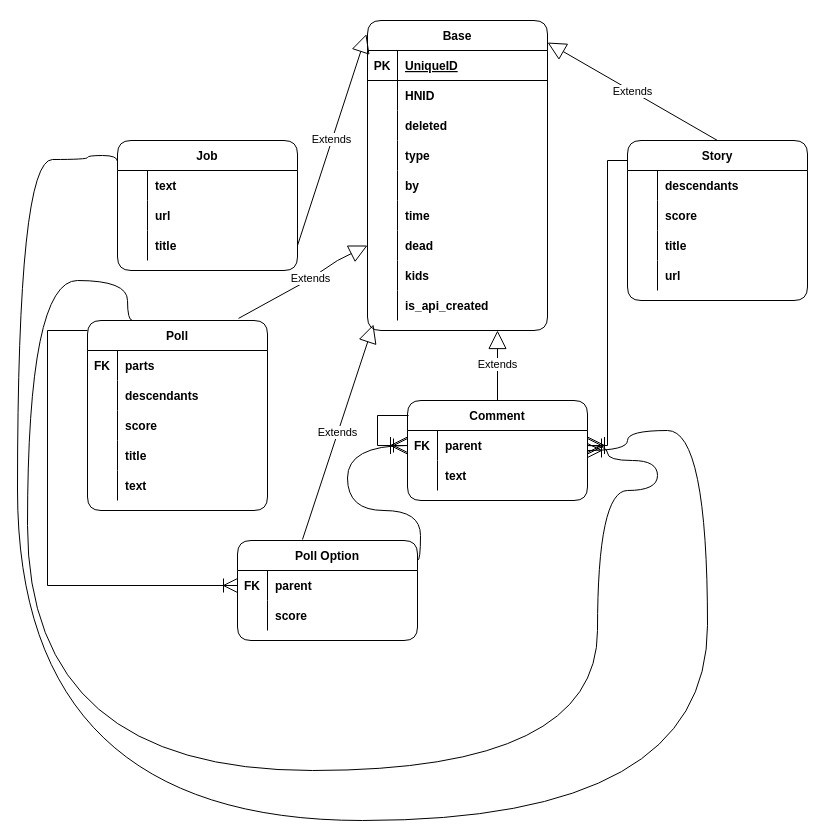
Before: docs/db.drawio in BOVAGE/hackernews-drat, a draw.io diagram. Source tidied: cells renumbered, new cells numbered last; positions are measured from the earlier drawing's top-left corner, leaving out a move shared by most shapes. Both pictures are drawn from the tidied source at 100%, with x=0, y=0 at pixel (17, 20).
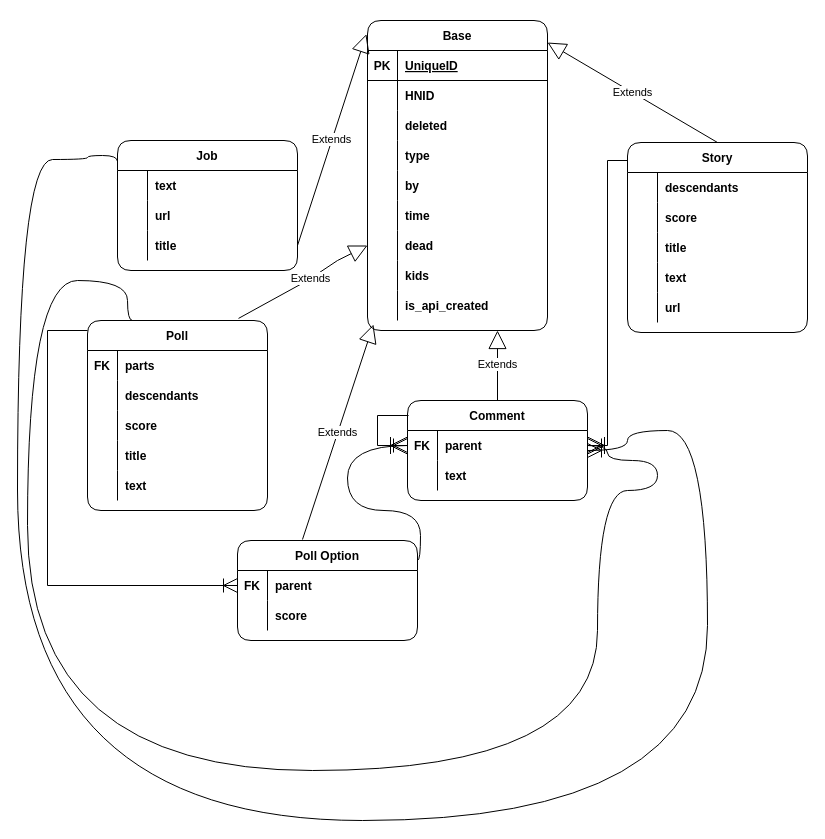
After the change.

Commit message (it also covers changes not shown here):
fix: add text field to story

Change to the diagram source:
```diff
@@
     <mxCell id="40" value="Story" style="shape=table;startSize=30;childLayout=tableLayout;rowLines=0;fontStyle=1;align=center;rounded=1;" parent="1" vertex="1">
-      <mxGeometry x="610" y="120" width="180" height="160" as="geometry" />
+      <mxGeometry x="610" y="122" width="180" height="190" as="geometry" />
     </mxCell>
@@
+    <mxCell id="94" style="shape=tableRow;horizontal=0;startSize=0;swimlaneHead=0;swimlaneBody=0;fillColor=none;top=0;left=0;right=0;bottom=0;rounded=1;" parent="40" vertex="1">
+      <mxGeometry y="120" width="180" height="30" as="geometry" />
+    </mxCell>
+    <mxCell id="95" style="shape=partialRectangle;fillColor=none;top=0;left=0;bottom=0;right=0;overflow=hidden;rounded=1;" parent="94" vertex="1">
+      <mxGeometry width="30" height="30" as="geometry" />
+    </mxCell>
+    <mxCell id="96" value="text" style="shape=partialRectangle;fillColor=none;top=0;left=0;bottom=0;right=0;align=left;spacingLeft=6;overflow=hidden;rounded=1;fontStyle=1;" parent="94" vertex="1">
+      <mxGeometry x="30" width="150" height="30" as="geometry" />
+    </mxCell>
     <mxCell id="50" style="shape=tableRow;horizontal=0;startSize=0;swimlaneHead=0;swimlaneBody=0;fillColor=none;top=0;left=0;right=0;bottom=0;rounded=1;" parent="40" vertex="1">
-      <mxGeometry y="120" width="180" height="30" as="geometry" />
+      <mxGeometry y="150" width="180" height="30" as="geometry" />
     </mxCell>
```
